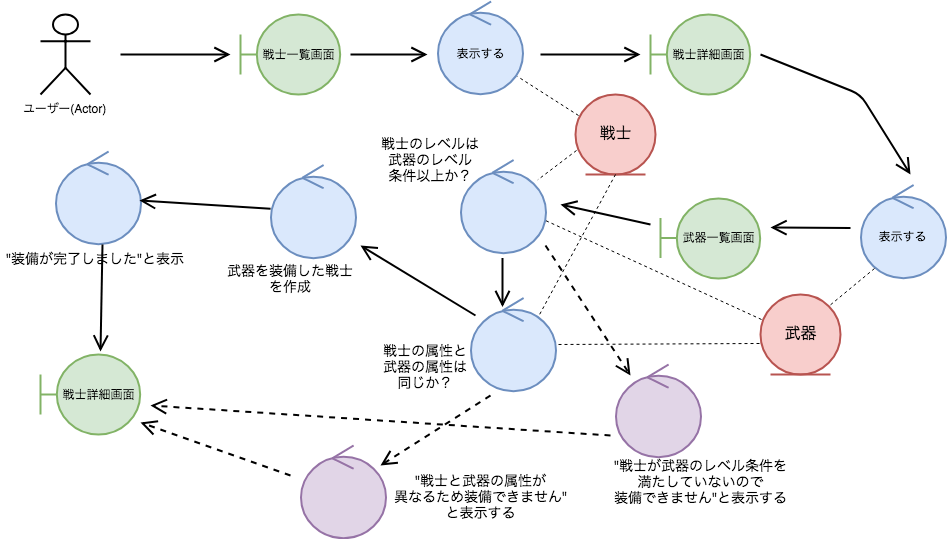
s10myk4/scalamatsuri2019-slide keeps this draw.io diagram as assets/img/robustness/first-robustness-diagram.png. Above is the earlier version. Source tidied: cells renumbered, new cells last; positions are measured from the earlier drawing's top-left corner, leaving out a move shared by most shapes.
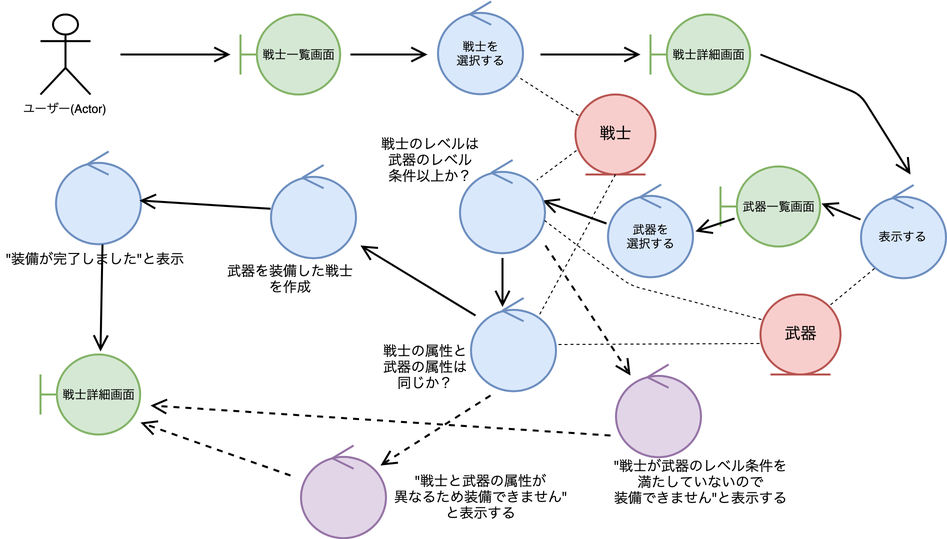
After the change.

Commit message:
update robustness diagram

Diff of the diagram source:
```diff
@@ -41,17 +41,11 @@
         </Array>
       </mxGeometry>
     </mxCell>
-    <mxCell id="10" style="endArrow=open;endFill=0;endSize=12;html=1;strokeWidth=2;rounded=1;jumpSize=6;" parent="1" edge="1">
-      <mxGeometry relative="1" as="geometry">
-        <mxPoint x="650" y="223" as="sourcePoint" />
-        <mxPoint x="560" y="203" as="targetPoint" />
-      </mxGeometry>
+    <mxCell id="10" style="endArrow=open;endFill=0;endSize=12;html=1;strokeWidth=2;rounded=1;jumpSize=6;entryX=0.976;entryY=0.435;entryDx=0;entryDy=0;entryPerimeter=0;exitX=-0.018;exitY=0.419;exitDx=0;exitDy=0;exitPerimeter=0;" parent="1" edge="1" source="44" target="15">
+      <mxGeometry relative="1" as="geometry" />
     </mxCell>
-    <mxCell id="11" style="endArrow=open;endFill=0;endSize=12;html=1;strokeWidth=2;rounded=1;jumpSize=6;" parent="1" edge="1">
-      <mxGeometry relative="1" as="geometry">
-        <mxPoint x="850" y="226.5" as="sourcePoint" />
-        <mxPoint x="770" y="226" as="targetPoint" />
-      </mxGeometry>
+    <mxCell id="11" style="endArrow=open;endFill=0;endSize=12;html=1;strokeWidth=2;rounded=1;jumpSize=6;exitX=0;exitY=0.371;exitDx=0;exitDy=0;exitPerimeter=0;entryX=1.01;entryY=0.463;entryDx=0;entryDy=0;entryPerimeter=0;" parent="1" edge="1" source="26" target="17">
+      <mxGeometry relative="1" as="geometry" />
     </mxCell>
     <mxCell id="12" style="endArrow=open;endFill=0;endSize=12;html=1;strokeWidth=2;rounded=1;jumpSize=6;" parent="1" edge="1">
       <mxGeometry relative="1" as="geometry">
@@ -59,20 +53,20 @@
         <mxPoint x="360" y="244" as="targetPoint" />
       </mxGeometry>
     </mxCell>
-    <mxCell id="13" value="&lt;span&gt;表示する&lt;/span&gt;" style="ellipse;shape=umlControl;whiteSpace=wrap;html=1;fillColor=#dae8fc;strokeColor=#6c8ebf;strokeWidth=2;" parent="1" vertex="1">
+    <mxCell id="13" value="戦士を&lt;br&gt;選択する" style="ellipse;shape=umlControl;whiteSpace=wrap;html=1;fillColor=#dae8fc;strokeColor=#6c8ebf;strokeWidth=2;" parent="1" vertex="1">
       <mxGeometry x="437.5" width="85" height="93" as="geometry" />
     </mxCell>
     <mxCell id="14" style="ellipse;shape=umlControl;whiteSpace=wrap;html=1;fillColor=#dae8fc;strokeColor=#6c8ebf;strokeWidth=2;" parent="1" vertex="1">
       <mxGeometry x="270" y="163.5" width="85" height="93" as="geometry" />
     </mxCell>
     <mxCell id="15" style="ellipse;shape=umlControl;whiteSpace=wrap;html=1;fillColor=#dae8fc;strokeColor=#6c8ebf;strokeWidth=2;" parent="1" vertex="1">
-      <mxGeometry x="460" y="158.5" width="85" height="93" as="geometry" />
+      <mxGeometry x="459" y="158.5" width="85" height="93" as="geometry" />
     </mxCell>
     <mxCell id="16" style="ellipse;shape=umlControl;whiteSpace=wrap;html=1;fillColor=#dae8fc;strokeColor=#6c8ebf;strokeWidth=2;" parent="1" vertex="1">
       <mxGeometry x="470" y="296.5" width="85" height="93" as="geometry" />
     </mxCell>
     <mxCell id="17" value="&lt;font style=&quot;font-size: 12px&quot;&gt;武器一覧画面&lt;/font&gt;&lt;br&gt;" style="shape=umlBoundary;whiteSpace=wrap;html=1;fillColor=#d5e8d4;strokeColor=#82b366;strokeWidth=2;" parent="1" vertex="1">
-      <mxGeometry x="660" y="196.5" width="100" height="80" as="geometry" />
+      <mxGeometry x="720" y="165" width="100" height="80" as="geometry" />
     </mxCell>
     <mxCell id="18" style="ellipse;shape=umlControl;whiteSpace=wrap;html=1;fillColor=#e1d5e7;strokeColor=#9673a6;strokeWidth=2;" parent="1" vertex="1">
       <mxGeometry x="615" y="363" width="85" height="93" as="geometry" />
@@ -156,7 +150,11 @@
       <mxGeometry relative="1" as="geometry" />
     </mxCell>
     <mxCell id="40" style="endArrow=none;endFill=0;endSize=12;html=1;strokeWidth=1;rounded=1;jumpSize=6;dashed=1;entryX=1;entryY=0.651;entryDx=0;entryDy=0;entryPerimeter=0;exitX=0.013;exitY=0.313;exitDx=0;exitDy=0;exitPerimeter=0;" parent="1" edge="1" source="25" target="15">
-      <mxGeometry relative="1" as="geometry" />
+      <mxGeometry relative="1" as="geometry">
+        <Array as="points">
+          <mxPoint x="630" y="284" />
+        </Array>
+      </mxGeometry>
     </mxCell>
     <mxCell id="41" style="endArrow=none;endFill=0;endSize=12;html=1;strokeWidth=1;rounded=1;jumpSize=6;dashed=1;exitX=-0.012;exitY=0.613;exitDx=0;exitDy=0;exitPerimeter=0;entryX=1.024;entryY=0.5;entryDx=0;entryDy=0;entryPerimeter=0;" parent="1" edge="1" source="25" target="16">
       <mxGeometry relative="1" as="geometry" />
@@ -164,5 +162,11 @@
     <mxCell id="42" style="endArrow=none;endFill=0;endSize=12;html=1;strokeWidth=1;rounded=1;jumpSize=6;dashed=1;entryX=0.8;entryY=0.199;entryDx=0;entryDy=0;entryPerimeter=0;exitX=0.5;exitY=1;exitDx=0;exitDy=0;" parent="1" edge="1" source="38" target="16">
       <mxGeometry relative="1" as="geometry" />
     </mxCell>
+    <mxCell id="43" style="endArrow=open;endFill=0;endSize=12;html=1;strokeWidth=2;rounded=1;jumpSize=6;exitX=0.14;exitY=0.65;exitDx=0;exitDy=0;exitPerimeter=0;entryX=1.024;entryY=0.505;entryDx=0;entryDy=0;entryPerimeter=0;" parent="1" edge="1" source="17" target="44">
+      <mxGeometry relative="1" as="geometry" />
+    </mxCell>
+    <mxCell id="44" value="武器を&lt;br&gt;選択する" style="ellipse;shape=umlControl;whiteSpace=wrap;html=1;fillColor=#dae8fc;strokeColor=#6c8ebf;strokeWidth=2;" parent="1" vertex="1">
+      <mxGeometry x="607.5" y="183" width="85" height="93" as="geometry" />
+    </mxCell>
   </root>
 </mxGraphModel>
```
